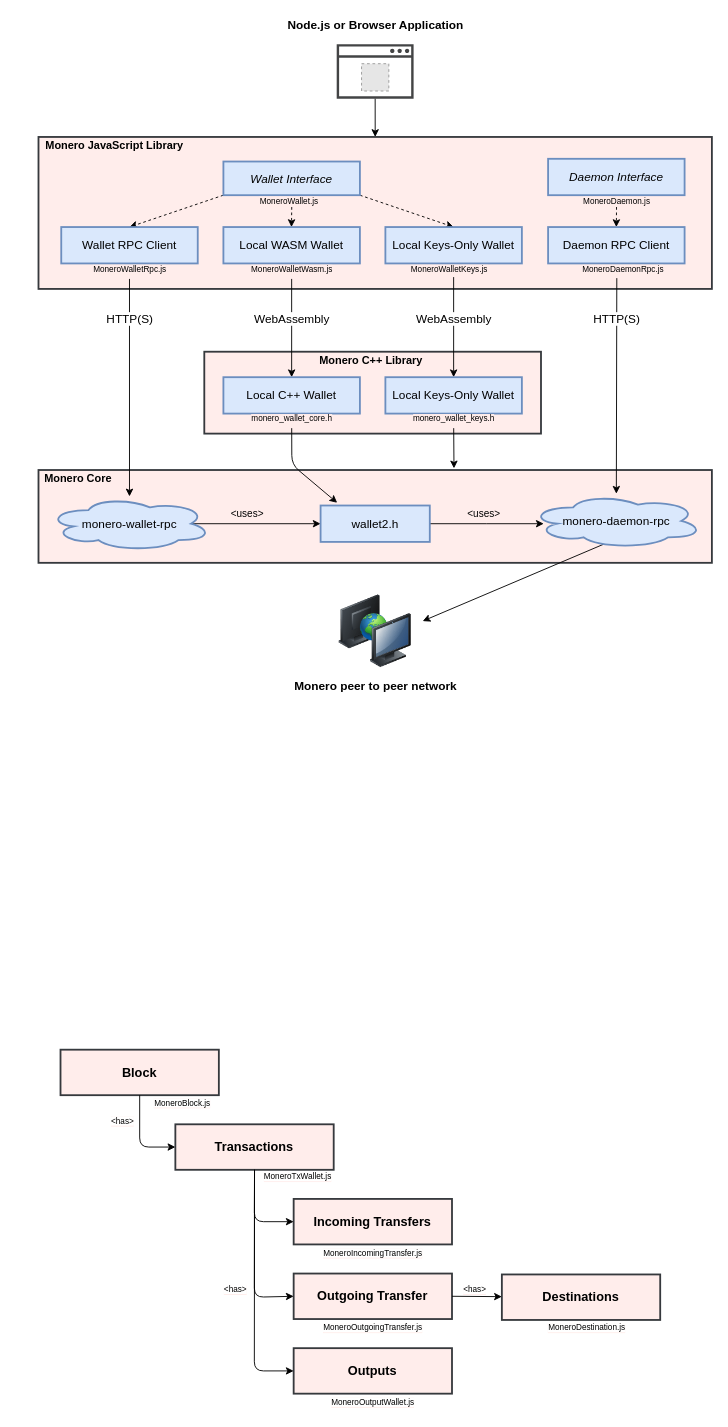
This is docs/img/architecture.drawio from woodser/monero-ts, a draw.io file, before an edit. Source tidied: cells renumbered, new cells numbered last; positions are measured from the earlier drawing's top-left corner, leaving out a move shared by most shapes. Both pictures are drawn from the tidied source at 91%, with x=0, y=0 at pixel (15, 15). Pictures stored in the file or linked from it are replaced by grey dashed boxes.
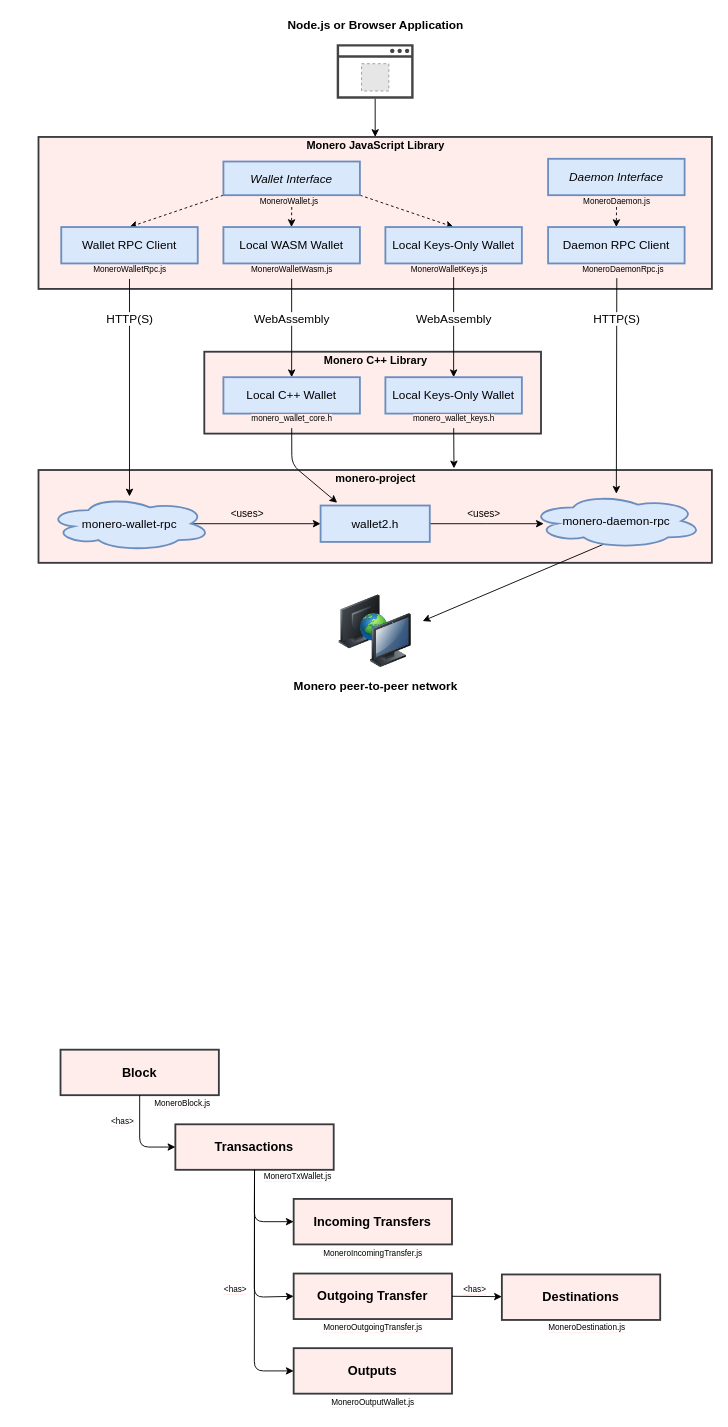
The same page after the edit.

What changed in the source:
```diff
@@
     <mxCell id="8" value="Monero JavaScript Library" style="text;html=1;align=center;verticalAlign=middle;fillColor=none;strokeColor=none;rounded=0;fontStyle=1;" parent="1" vertex="1">
-      <mxGeometry x="22.8" y="133" width="170" height="20" as="geometry" />
+      <mxGeometry x="309.8" y="133" width="170" height="20" as="geometry" />
     </mxCell>
@@
-    <mxCell id="11" value="Monero peer to peer network" style="text;html=1;align=center;verticalAlign=middle;fillColor=none;strokeColor=none;rounded=0;fontStyle=1;fontSize=13;" parent="1" vertex="1">
-      <mxGeometry x="299.8" y="726" width="190" height="20" as="geometry" />
+    <mxCell id="11" value="Monero peer-to-peer network" style="text;html=1;align=center;verticalAlign=middle;fillColor=none;strokeColor=none;rounded=0;fontStyle=1;fontSize=13;" parent="1" vertex="1">
+      <mxGeometry x="294.8" y="726" width="200" height="20" as="geometry" />
     </mxCell>
@@
     <mxCell id="16" value="Monero C++ Library" style="text;html=1;align=center;verticalAlign=middle;fillColor=none;strokeColor=none;rounded=0;fontStyle=1;" parent="1" vertex="1">
-      <mxGeometry x="324.8" y="369" width="130" height="20" as="geometry" />
+      <mxGeometry x="329.8" y="369" width="130" height="20" as="geometry" />
     </mxCell>
@@
-    <mxCell id="18" value="Monero Core" style="text;html=1;align=center;verticalAlign=middle;fillColor=none;strokeColor=none;rounded=0;fontStyle=1;" parent="1" vertex="1">
-      <mxGeometry x="22.8" y="499" width="90" height="20" as="geometry" />
+    <mxCell id="18" value="monero-project" style="text;html=1;align=center;verticalAlign=middle;fillColor=none;strokeColor=none;rounded=0;fontStyle=1;" parent="1" vertex="1">
+      <mxGeometry x="344.8" y="499" width="100" height="20" as="geometry" />
     </mxCell>
```
